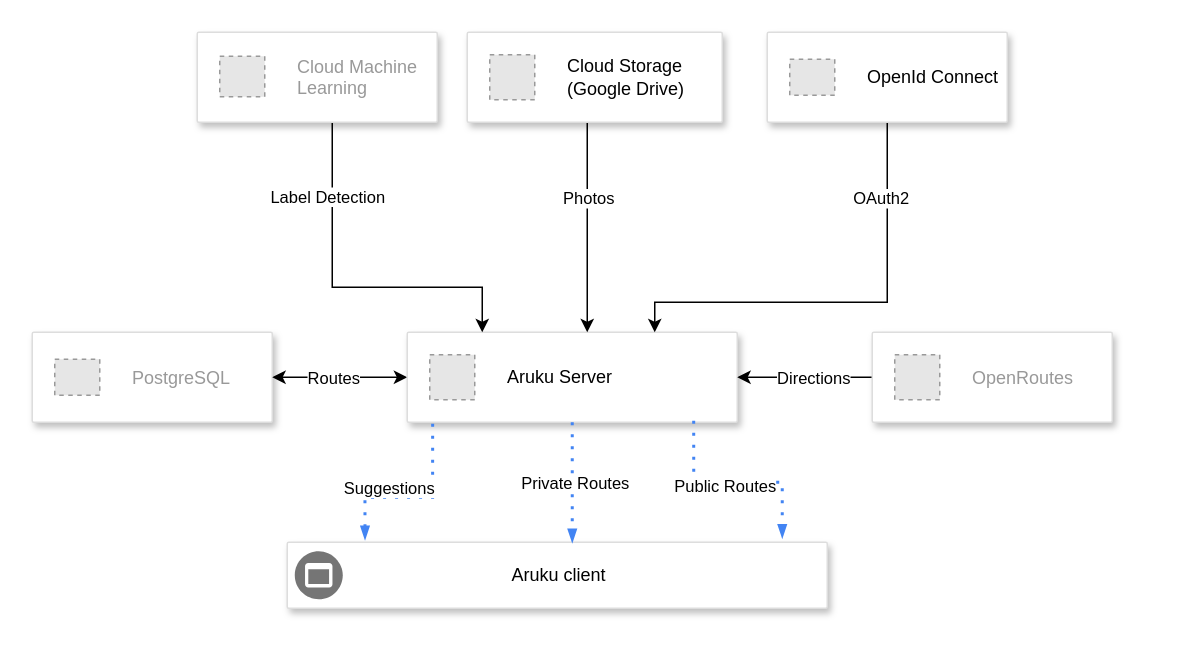
The draw.io diagram Untitled Diagram.drawio in SillyCoon/ustav, before the edit. Source tidied: cells renumbered, new cells numbered last; positions are measured from the earlier drawing's top-left corner, leaving out a move shared by most shapes. Both pictures are drawn from the tidied source at 150%, with x=0, y=0 at pixel (32, 32). Pictures stored in the file or linked from it are replaced by grey dashed boxes.
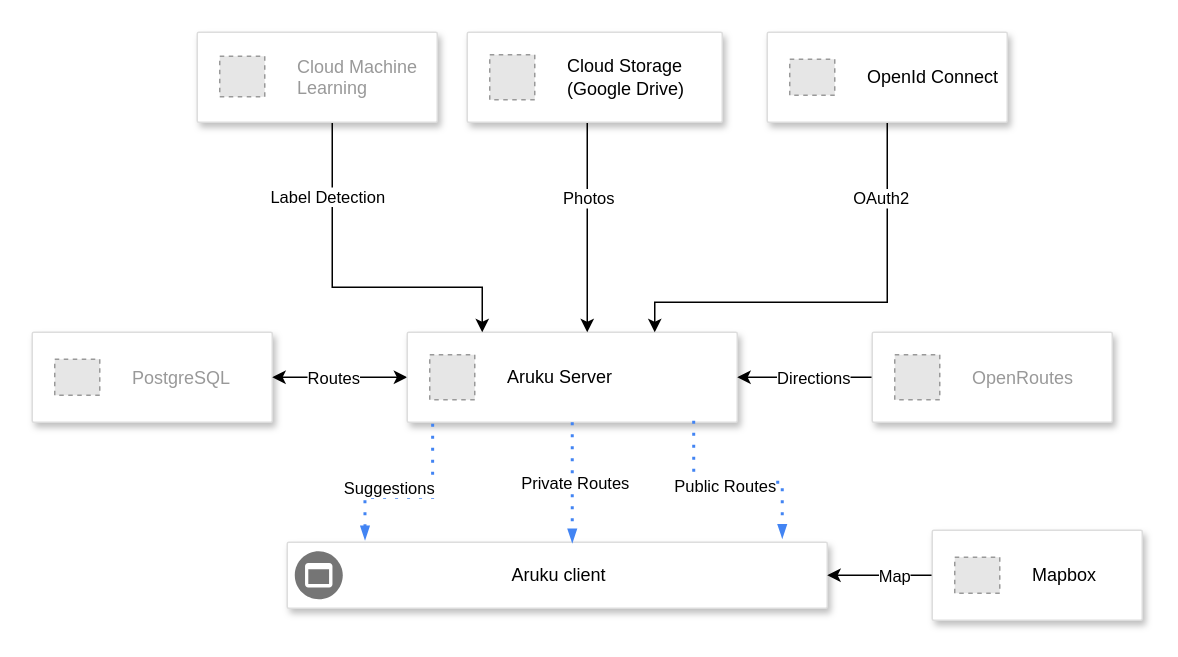
After the change.

Unchanged cells that the change refers to:
```xml
<mxCell id="20" style="strokeColor=#dddddd;shadow=1;strokeWidth=1;rounded=1;absoluteArcSize=1;arcSize=2;align=center;" parent="1" vertex="1">
  <mxGeometry x="170" y="340" width="360" height="44" as="geometry" />
</mxCell>
```

Diff of the diagram source:
```diff
@@
+    <mxCell id="32" style="edgeStyle=orthogonalEdgeStyle;rounded=0;jettySize=auto;html=1;startArrow=none;startFill=0;" parent="1" edge="1" source="34" target="20">
+      <mxGeometry relative="1" as="geometry" />
+    </mxCell>
+    <mxCell id="33" value="Map" style="edgeLabel;html=1;align=center;verticalAlign=middle;" parent="32" vertex="1">
+      <mxGeometry x="-0.26" relative="1" as="geometry" />
+    </mxCell>
+    <mxCell id="34" style="strokeColor=#dddddd;shadow=1;strokeWidth=1;rounded=1;absoluteArcSize=1;arcSize=2;" parent="1" vertex="1">
+      <mxGeometry x="600" y="332" width="140" height="60" as="geometry" />
+    </mxCell>
+    <mxCell id="35" value="&lt;font color=&quot;#000000&quot;&gt;Mapbox&lt;/font&gt;" style="fillColor=#E6E6E6;strokeColor=#999999;dashed=1;html=1;fontColor=#999999;verticalLabelPosition=middle;labelBackgroundColor=#ffffff;verticalAlign=middle;labelPosition=right;align=left;spacingLeft=20;" parent="34" vertex="1">
+      <mxGeometry width="30" height="24" relative="1" as="geometry">
+        <mxPoint x="15" y="18" as="offset" />
+      </mxGeometry>
+    </mxCell>
```
